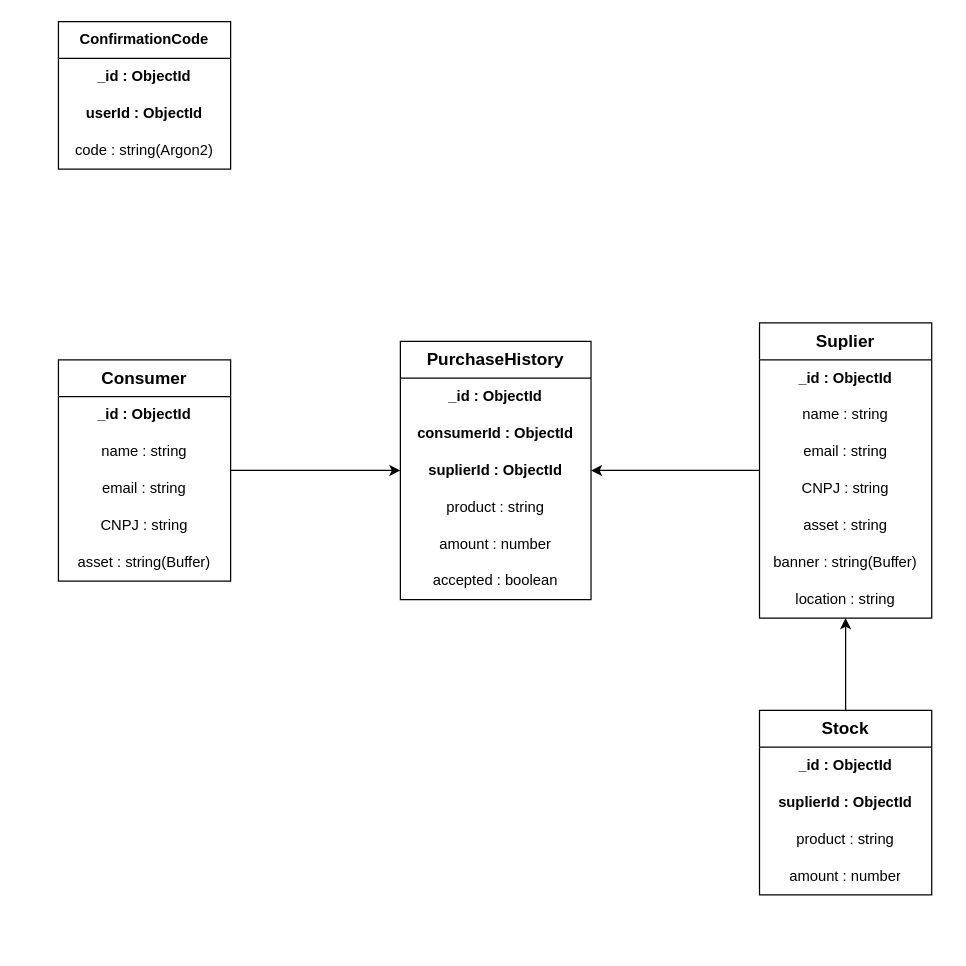
Above: Mongo Models.drawio in rettek-org/rettek-docs (draw.io), before the change. Source tidied: cells renumbered, new cells numbered last; positions are measured from the earlier drawing's top-left corner, leaving out a move shared by most shapes. Both pictures are drawn from the tidied source at 123%, with x=0, y=0 at pixel (58, 21).
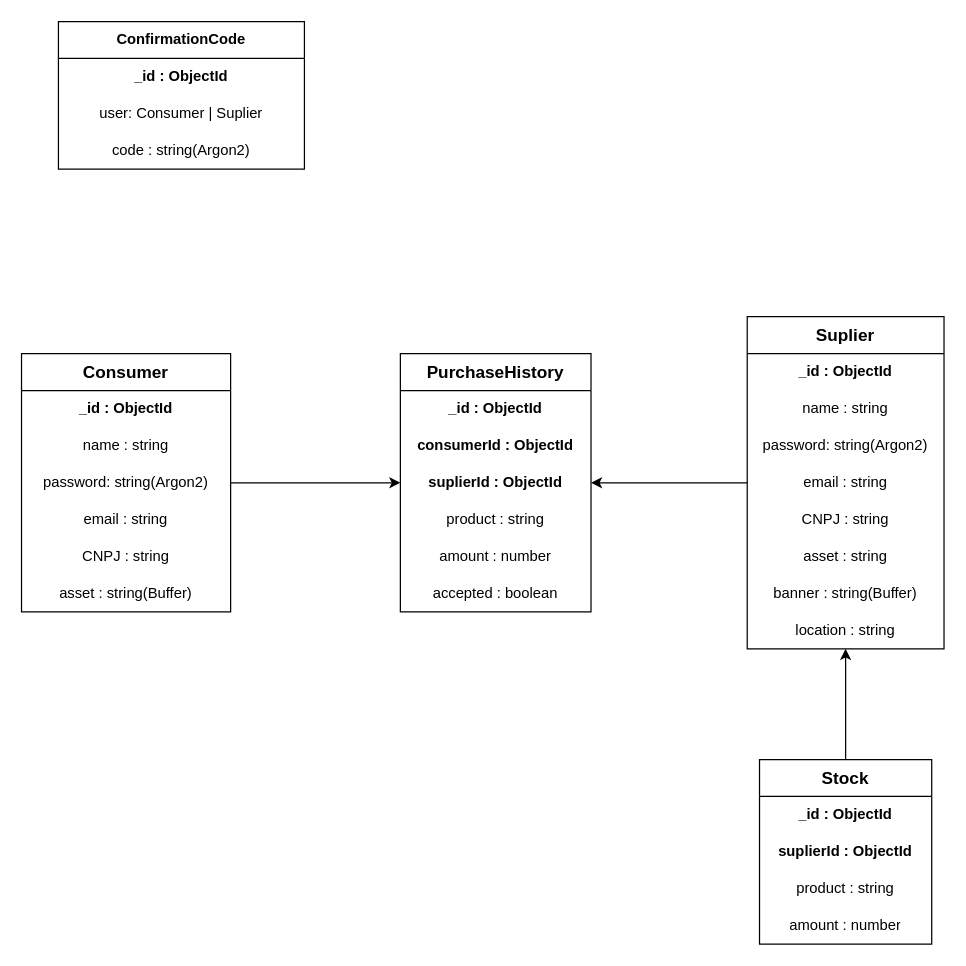
The same page after the edit.

Commit message (it also covers changes not shown here):
API Endpints planning

The edit, as a diff of the source:
```diff
@@
     <mxCell id="2" value="&lt;b&gt;ConfirmationCode&lt;/b&gt;" style="swimlane;fontStyle=0;horizontal=1;startSize=30;whiteSpace=wrap;html=1;align=center;" parent="1" vertex="1">
-      <mxGeometry width="140" height="120" as="geometry" />
+      <mxGeometry width="200" height="120" as="geometry" />
     </mxCell>
     <mxCell id="3" value="&lt;b&gt;_id : ObjectId&lt;/b&gt;" style="text;strokeColor=none;fillColor=none;align=center;verticalAlign=middle;spacingLeft=4;spacingRight=4;overflow=hidden;whiteSpace=wrap;html=1;" parent="2" vertex="1">
-      <mxGeometry y="30" width="140" height="30" as="geometry" />
+      <mxGeometry y="30" width="200" height="30" as="geometry" />
     </mxCell>
-    <mxCell id="4" value="&lt;b&gt;userId :&amp;nbsp;&lt;/b&gt;&lt;b&gt;ObjectId&lt;/b&gt;" style="text;strokeColor=none;fillColor=none;align=center;verticalAlign=middle;spacingLeft=4;spacingRight=4;overflow=hidden;whiteSpace=wrap;html=1;" parent="2" vertex="1">
-      <mxGeometry y="60" width="140" height="30" as="geometry" />
+    <mxCell id="4" value="user: Consumer | Suplier" style="text;strokeColor=none;fillColor=none;align=center;verticalAlign=middle;spacingLeft=4;spacingRight=4;overflow=hidden;whiteSpace=wrap;html=1;" parent="2" vertex="1">
+      <mxGeometry y="60" width="200" height="30" as="geometry" />
     </mxCell>
     <mxCell id="5" value="code : string(Argon2)" style="text;strokeColor=none;fillColor=none;align=center;verticalAlign=middle;spacingLeft=4;spacingRight=4;overflow=hidden;whiteSpace=wrap;html=1;" parent="2" vertex="1">
-      <mxGeometry y="90" width="140" height="30" as="geometry" />
+      <mxGeometry y="90" width="200" height="30" as="geometry" />
     </mxCell>
@@
     <mxCell id="7" value="&lt;b&gt;&lt;font style=&quot;font-size: 14px;&quot;&gt;Consumer&lt;/font&gt;&lt;/b&gt;" style="swimlane;fontStyle=0;horizontal=1;startSize=30;whiteSpace=wrap;html=1;align=center;" parent="1" vertex="1">
-      <mxGeometry y="275" width="140" height="180" as="geometry" />
+      <mxGeometry x="-30" y="270" width="170" height="210" as="geometry" />
     </mxCell>
     <mxCell id="8" value="&lt;b&gt;_id :&amp;nbsp;&lt;/b&gt;&lt;b&gt;ObjectId&lt;/b&gt;" style="text;strokeColor=none;fillColor=none;align=center;verticalAlign=middle;spacingLeft=4;spacingRight=4;overflow=hidden;whiteSpace=wrap;html=1;" parent="7" vertex="1">
-      <mxGeometry y="30" width="140" height="30" as="geometry" />
+      <mxGeometry y="30" width="170" height="30" as="geometry" />
     </mxCell>
     <mxCell id="9" value="name : string" style="text;strokeColor=none;fillColor=none;align=center;verticalAlign=middle;spacingLeft=4;spacingRight=4;overflow=hidden;whiteSpace=wrap;html=1;" parent="7" vertex="1">
-      <mxGeometry y="60" width="140" height="30" as="geometry" />
+      <mxGeometry y="60" width="170" height="30" as="geometry" />
     </mxCell>
+    <mxCell id="35" value="password: string(Argon2)" style="text;strokeColor=none;fillColor=none;align=center;verticalAlign=middle;spacingLeft=4;spacingRight=4;overflow=hidden;whiteSpace=wrap;html=1;" parent="7" vertex="1">
+      <mxGeometry y="90" width="170" height="30" as="geometry" />
+    </mxCell>
     <mxCell id="10" value="email : string" style="text;strokeColor=none;fillColor=none;align=center;verticalAlign=middle;spacingLeft=4;spacingRight=4;overflow=hidden;whiteSpace=wrap;html=1;" parent="7" vertex="1">
-      <mxGeometry y="90" width="140" height="30" as="geometry" />
+      <mxGeometry y="120" width="170" height="30" as="geometry" />
     </mxCell>
     <mxCell id="11" value="CNPJ : string" style="text;strokeColor=none;fillColor=none;align=center;verticalAlign=middle;spacingLeft=4;spacingRight=4;overflow=hidden;whiteSpace=wrap;html=1;" parent="7" vertex="1">
-      <mxGeometry y="120" width="140" height="30" as="geometry" />
+      <mxGeometry y="150" width="170" height="30" as="geometry" />
     </mxCell>
     <mxCell id="12" value="asset : string(Buffer)" style="text;strokeColor=none;fillColor=none;align=center;verticalAlign=middle;spacingLeft=4;spacingRight=4;overflow=hidden;whiteSpace=wrap;html=1;" parent="7" vertex="1">
-      <mxGeometry y="150" width="140" height="30" as="geometry" />
+      <mxGeometry y="180" width="170" height="30" as="geometry" />
     </mxCell>
@@
     <mxCell id="14" value="&lt;b&gt;&lt;font style=&quot;font-size: 14px;&quot;&gt;Suplier&lt;/font&gt;&lt;/b&gt;" style="swimlane;fontStyle=0;horizontal=1;startSize=30;whiteSpace=wrap;html=1;align=center;" parent="1" vertex="1">
-      <mxGeometry x="570" y="245" width="140" height="240" as="geometry" />
+      <mxGeometry x="560" y="240" width="160" height="270" as="geometry" />
     </mxCell>
     <mxCell id="15" value="_id :&amp;nbsp;&lt;b&gt;ObjectId&lt;/b&gt;" style="text;strokeColor=none;fillColor=none;align=center;verticalAlign=middle;spacingLeft=4;spacingRight=4;overflow=hidden;whiteSpace=wrap;html=1;fontStyle=1;" parent="14" vertex="1">
-      <mxGeometry y="30" width="140" height="30" as="geometry" />
+      <mxGeometry y="30" width="160" height="30" as="geometry" />
     </mxCell>
     <mxCell id="16" value="name : string" style="text;strokeColor=none;fillColor=none;align=center;verticalAlign=middle;spacingLeft=4;spacingRight=4;overflow=hidden;whiteSpace=wrap;html=1;" parent="14" vertex="1">
-      <mxGeometry y="60" width="140" height="30" as="geometry" />
+      <mxGeometry y="60" width="160" height="30" as="geometry" />
     </mxCell>
+    <mxCell id="36" value="password: string(Argon2)" style="text;strokeColor=none;fillColor=none;align=center;verticalAlign=middle;spacingLeft=4;spacingRight=4;overflow=hidden;whiteSpace=wrap;html=1;" parent="14" vertex="1">
+      <mxGeometry y="90" width="160" height="30" as="geometry" />
+    </mxCell>
     <mxCell id="17" value="email : string" style="text;strokeColor=none;fillColor=none;align=center;verticalAlign=middle;spacingLeft=4;spacingRight=4;overflow=hidden;whiteSpace=wrap;html=1;" parent="14" vertex="1">
-      <mxGeometry y="90" width="140" height="30" as="geometry" />
+      <mxGeometry y="120" width="160" height="30" as="geometry" />
     </mxCell>
     <mxCell id="18" value="CNPJ : string" style="text;strokeColor=none;fillColor=none;align=center;verticalAlign=middle;spacingLeft=4;spacingRight=4;overflow=hidden;whiteSpace=wrap;html=1;" parent="14" vertex="1">
-      <mxGeometry y="120" width="140" height="30" as="geometry" />
+      <mxGeometry y="150" width="160" height="30" as="geometry" />
     </mxCell>
     <mxCell id="19" value="asset : string" style="text;strokeColor=none;fillColor=none;align=center;verticalAlign=middle;spacingLeft=4;spacingRight=4;overflow=hidden;whiteSpace=wrap;html=1;" parent="14" vertex="1">
-      <mxGeometry y="150" width="140" height="30" as="geometry" />
+      <mxGeometry y="180" width="160" height="30" as="geometry" />
     </mxCell>
     <mxCell id="20" value="banner : string(Buffer)" style="text;strokeColor=none;fillColor=none;align=center;verticalAlign=middle;spacingLeft=4;spacingRight=4;overflow=hidden;whiteSpace=wrap;html=1;" parent="14" vertex="1">
-      <mxGeometry y="180" width="140" height="30" as="geometry" />
+      <mxGeometry y="210" width="160" height="30" as="geometry" />
     </mxCell>
     <mxCell id="21" value="location : string" style="text;strokeColor=none;fillColor=none;align=center;verticalAlign=middle;spacingLeft=4;spacingRight=4;overflow=hidden;points=[[0,0.5],[1,0.5]];portConstraint=eastwest;whiteSpace=wrap;html=1;" parent="14" vertex="1">
-      <mxGeometry y="210" width="140" height="30" as="geometry" />
+      <mxGeometry y="240" width="160" height="30" as="geometry" />
     </mxCell>
-    <mxCell id="22" style="edgeStyle=none;html=1;fontFamily=Verdana;" parent="1" edge="1" source="23" target="21">
-      <mxGeometry relative="1" as="geometry" />
+    <mxCell id="22" style="edgeStyle=none;html=1;fontFamily=Verdana;" parent="1" edge="1" source="23">
+      <mxGeometry relative="1" as="geometry">
+        <mxPoint x="640" y="510" as="targetPoint" />
+      </mxGeometry>
     </mxCell>
     <mxCell id="23" value="&lt;b&gt;&lt;font style=&quot;font-size: 14px;&quot;&gt;Stock&lt;/font&gt;&lt;/b&gt;" style="swimlane;fontStyle=0;horizontal=1;startSize=30;whiteSpace=wrap;html=1;align=center;" parent="1" vertex="1">
-      <mxGeometry x="570" y="560" width="140" height="150" as="geometry" />
+      <mxGeometry x="570" y="600" width="140" height="150" as="geometry" />
     </mxCell>
@@
     <mxCell id="28" value="&lt;b&gt;&lt;font style=&quot;font-size: 14px;&quot;&gt;PurchaseHistory&lt;/font&gt;&lt;/b&gt;" style="swimlane;fontStyle=0;horizontal=1;startSize=30;whiteSpace=wrap;html=1;align=center;" parent="1" vertex="1">
-      <mxGeometry x="278" y="260" width="155" height="210" as="geometry" />
+      <mxGeometry x="278" y="270" width="155" height="210" as="geometry" />
     </mxCell>
```
